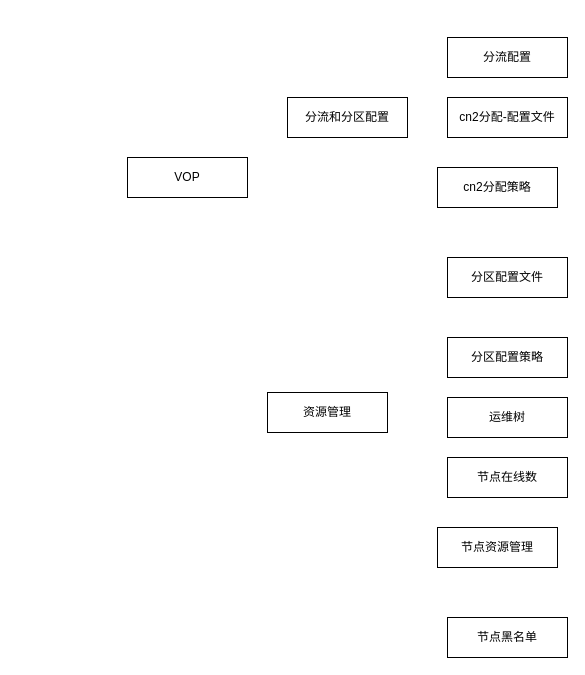
This is image/VOP.drawio from Besideme/besideme.github.io, a draw.io file, before an edit. Source tidied: cells renumbered, new cells numbered last; positions are measured from the earlier drawing's top-left corner, leaving out a move shared by most shapes. Both pictures are drawn from the tidied source at 100%, with x=0, y=0 at pixel (127, 37).
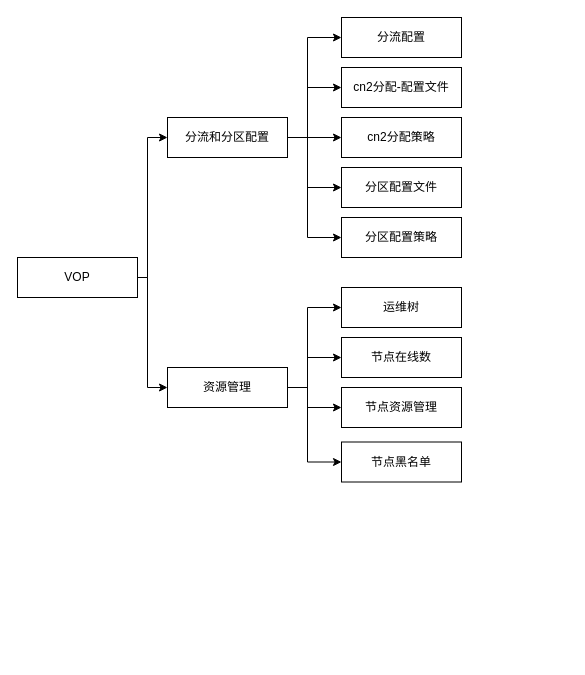
The same page after the edit.

The edit, as a diff of the source:
```diff
@@
+    <mxCell id="14" style="edgeStyle=orthogonalEdgeStyle;rounded=0;jettySize=auto;html=1;entryX=0;entryY=0.5;entryDx=0;entryDy=0;" parent="1" edge="1" source="2" target="3">
+      <mxGeometry relative="1" as="geometry">
+        <Array as="points">
+          <mxPoint x="20" y="240" />
+          <mxPoint x="20" y="100" />
+        </Array>
+      </mxGeometry>
+    </mxCell>
+    <mxCell id="15" style="edgeStyle=orthogonalEdgeStyle;rounded=0;jettySize=auto;html=1;exitX=1;exitY=0.5;exitDx=0;exitDy=0;entryX=0;entryY=0.5;entryDx=0;entryDy=0;" parent="1" edge="1" source="2" target="4">
+      <mxGeometry relative="1" as="geometry">
+        <Array as="points">
+          <mxPoint x="20" y="240" />
+          <mxPoint x="20" y="350" />
+        </Array>
+      </mxGeometry>
+    </mxCell>
     <mxCell id="2" value="VOP" style="rounded=0;whiteSpace=wrap;html=1;" parent="1" vertex="1">
-      <mxGeometry y="120" width="120" height="40" as="geometry" />
+      <mxGeometry x="-110" y="220" width="120" height="40" as="geometry" />
     </mxCell>
+    <mxCell id="16" style="edgeStyle=orthogonalEdgeStyle;rounded=0;jettySize=auto;html=1;exitX=1;exitY=0.5;exitDx=0;exitDy=0;entryX=0;entryY=0.5;entryDx=0;entryDy=0;" parent="1" edge="1" source="3" target="6">
+      <mxGeometry relative="1" as="geometry">
+        <Array as="points">
+          <mxPoint x="180" y="100" />
+          <mxPoint x="180" y="50" />
+        </Array>
+      </mxGeometry>
+    </mxCell>
+    <mxCell id="17" style="edgeStyle=orthogonalEdgeStyle;rounded=0;jettySize=auto;html=1;exitX=1;exitY=0.5;exitDx=0;exitDy=0;entryX=0;entryY=0.5;entryDx=0;entryDy=0;" parent="1" edge="1" source="3" target="9">
+      <mxGeometry relative="1" as="geometry">
+        <Array as="points">
+          <mxPoint x="180" y="100" />
+          <mxPoint x="180" y="200" />
+        </Array>
+      </mxGeometry>
+    </mxCell>
+    <mxCell id="18" style="edgeStyle=orthogonalEdgeStyle;rounded=0;jettySize=auto;html=1;exitX=1;exitY=0.5;exitDx=0;exitDy=0;entryX=0;entryY=0.5;entryDx=0;entryDy=0;" parent="1" edge="1" source="3" target="5">
+      <mxGeometry relative="1" as="geometry">
+        <Array as="points">
+          <mxPoint x="180" y="100" />
+          <mxPoint x="180" />
+        </Array>
+      </mxGeometry>
+    </mxCell>
+    <mxCell id="19" style="edgeStyle=orthogonalEdgeStyle;rounded=0;jettySize=auto;html=1;exitX=1;exitY=0.5;exitDx=0;exitDy=0;entryX=0;entryY=0.5;entryDx=0;entryDy=0;" parent="1" edge="1" source="3" target="7">
+      <mxGeometry relative="1" as="geometry" />
+    </mxCell>
+    <mxCell id="20" style="edgeStyle=orthogonalEdgeStyle;rounded=0;jettySize=auto;html=1;exitX=1;exitY=0.5;exitDx=0;exitDy=0;entryX=0;entryY=0.5;entryDx=0;entryDy=0;" parent="1" edge="1" source="3" target="8">
+      <mxGeometry relative="1" as="geometry">
+        <Array as="points">
+          <mxPoint x="180" y="100" />
+          <mxPoint x="180" y="150" />
+        </Array>
+      </mxGeometry>
+    </mxCell>
     <mxCell id="3" value="分流和分区配置" style="rounded=0;whiteSpace=wrap;html=1;" parent="1" vertex="1">
-      <mxGeometry x="160" y="60" width="120" height="40" as="geometry" />
+      <mxGeometry x="40" y="80" width="120" height="40" as="geometry" />
     </mxCell>
+    <mxCell id="21" style="edgeStyle=orthogonalEdgeStyle;rounded=0;jettySize=auto;html=1;exitX=1;exitY=0.5;exitDx=0;exitDy=0;entryX=0;entryY=0.5;entryDx=0;entryDy=0;" parent="1" edge="1" source="4" target="10">
+      <mxGeometry relative="1" as="geometry">
+        <Array as="points">
+          <mxPoint x="180" y="350" />
+          <mxPoint x="180" y="270" />
+        </Array>
+      </mxGeometry>
+    </mxCell>
+    <mxCell id="22" style="edgeStyle=orthogonalEdgeStyle;rounded=0;jettySize=auto;html=1;exitX=1;exitY=0.5;exitDx=0;exitDy=0;entryX=0;entryY=0.5;entryDx=0;entryDy=0;" parent="1" edge="1" source="4" target="13">
+      <mxGeometry relative="1" as="geometry">
+        <Array as="points">
+          <mxPoint x="180" y="350" />
+          <mxPoint x="180" y="425" />
+        </Array>
+      </mxGeometry>
+    </mxCell>
+    <mxCell id="23" style="edgeStyle=orthogonalEdgeStyle;rounded=0;jettySize=auto;html=1;exitX=1;exitY=0.5;exitDx=0;exitDy=0;" parent="1" edge="1" source="4" target="11">
+      <mxGeometry relative="1" as="geometry">
+        <Array as="points">
+          <mxPoint x="180" y="350" />
+          <mxPoint x="180" y="320" />
+        </Array>
+      </mxGeometry>
+    </mxCell>
+    <mxCell id="24" style="edgeStyle=orthogonalEdgeStyle;rounded=0;jettySize=auto;html=1;exitX=1;exitY=0.5;exitDx=0;exitDy=0;entryX=0;entryY=0.5;entryDx=0;entryDy=0;" parent="1" edge="1" source="4" target="12">
+      <mxGeometry relative="1" as="geometry">
+        <Array as="points">
+          <mxPoint x="180" y="350" />
+          <mxPoint x="180" y="370" />
+        </Array>
+      </mxGeometry>
+    </mxCell>
     <mxCell id="4" value="资源管理" style="rounded=0;whiteSpace=wrap;html=1;" parent="1" vertex="1">
-      <mxGeometry x="140" y="355" width="120" height="40" as="geometry" />
+      <mxGeometry x="40" y="330" width="120" height="40" as="geometry" />
     </mxCell>
     <mxCell id="5" value="分流配置" style="rounded=0;whiteSpace=wrap;html=1;" parent="1" vertex="1">
-      <mxGeometry x="320" width="120" height="40" as="geometry" />
+      <mxGeometry x="214" y="-20" width="120" height="40" as="geometry" />
     </mxCell>
     <mxCell id="6" value="cn2分配-配置文件" style="rounded=0;whiteSpace=wrap;html=1;" parent="1" vertex="1">
-      <mxGeometry x="320" y="60" width="120" height="40" as="geometry" />
+      <mxGeometry x="214" y="30" width="120" height="40" as="geometry" />
     </mxCell>
     <mxCell id="7" value="cn2分配策略" style="rounded=0;whiteSpace=wrap;html=1;" parent="1" vertex="1">
-      <mxGeometry x="310" y="130" width="120" height="40" as="geometry" />
+      <mxGeometry x="214" y="80" width="120" height="40" as="geometry" />
     </mxCell>
     <mxCell id="8" value="分区配置文件" style="rounded=0;whiteSpace=wrap;html=1;" parent="1" vertex="1">
-      <mxGeometry x="320" y="220" width="120" height="40" as="geometry" />
+      <mxGeometry x="214" y="130" width="120" height="40" as="geometry" />
     </mxCell>
     <mxCell id="9" value="分区配置策略" style="rounded=0;whiteSpace=wrap;html=1;" parent="1" vertex="1">
-      <mxGeometry x="320" y="300" width="120" height="40" as="geometry" />
+      <mxGeometry x="214" y="180" width="120" height="40" as="geometry" />
     </mxCell>
     <mxCell id="10" value="运维树" style="rounded=0;whiteSpace=wrap;html=1;" parent="1" vertex="1">
-      <mxGeometry x="320" y="360" width="120" height="40" as="geometry" />
+      <mxGeometry x="214" y="250" width="120" height="40" as="geometry" />
     </mxCell>
     <mxCell id="11" value="节点在线数" style="rounded=0;whiteSpace=wrap;html=1;" parent="1" vertex="1">
-      <mxGeometry x="320" y="420" width="120" height="40" as="geometry" />
+      <mxGeometry x="214" y="300" width="120" height="40" as="geometry" />
     </mxCell>
     <mxCell id="12" value="节点资源管理" style="rounded=0;whiteSpace=wrap;html=1;" parent="1" vertex="1">
-      <mxGeometry x="310" y="490" width="120" height="40" as="geometry" />
+      <mxGeometry x="214" y="350" width="120" height="40" as="geometry" />
     </mxCell>
     <mxCell id="13" value="节点黑名单" style="rounded=0;whiteSpace=wrap;html=1;" parent="1" vertex="1">
-      <mxGeometry x="320" y="580" width="120" height="40" as="geometry" />
+      <mxGeometry x="214" y="404.5" width="120" height="40" as="geometry" />
     </mxCell>
```
